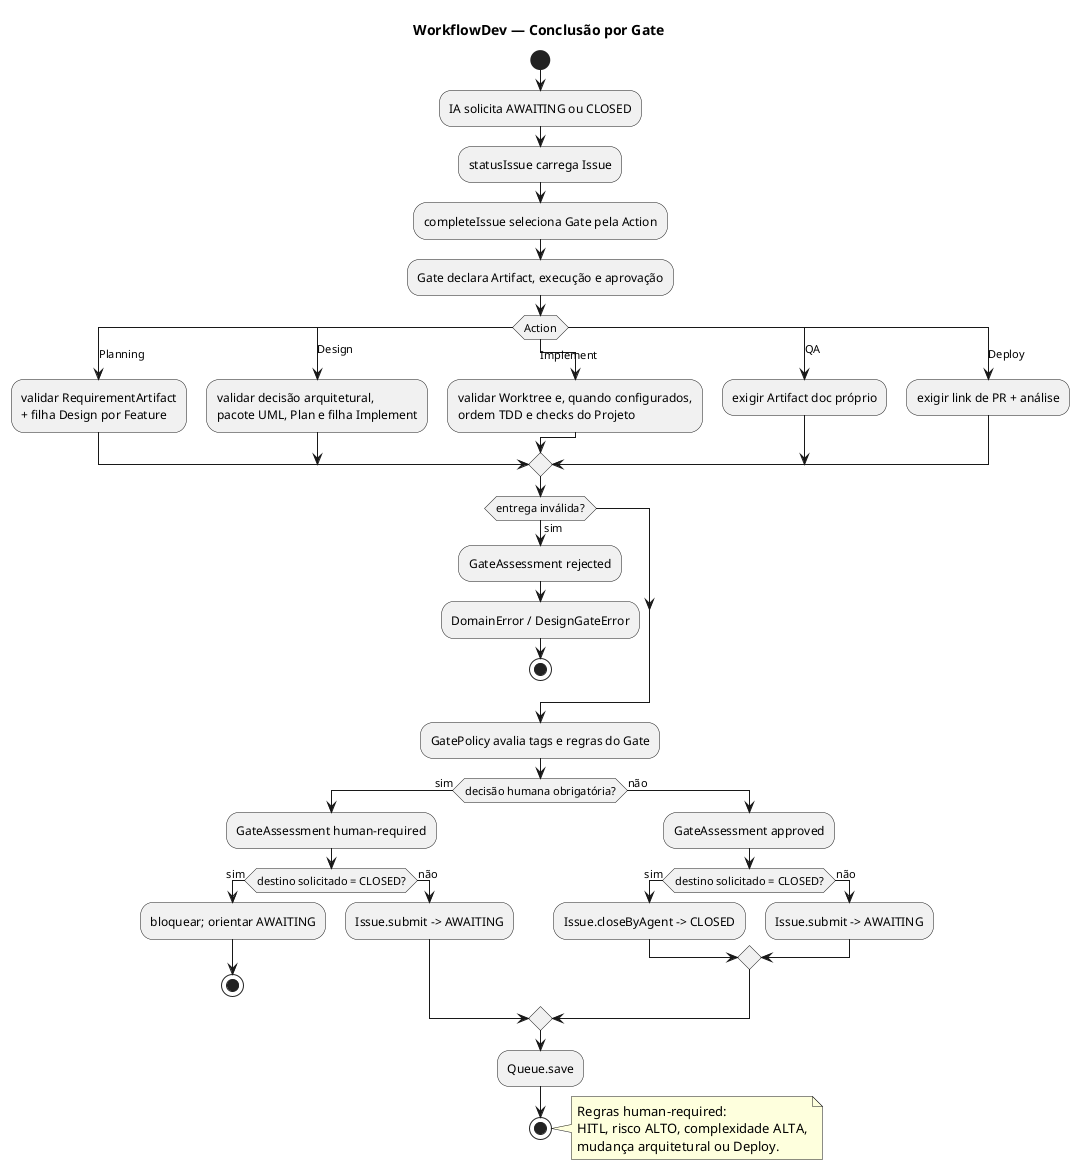
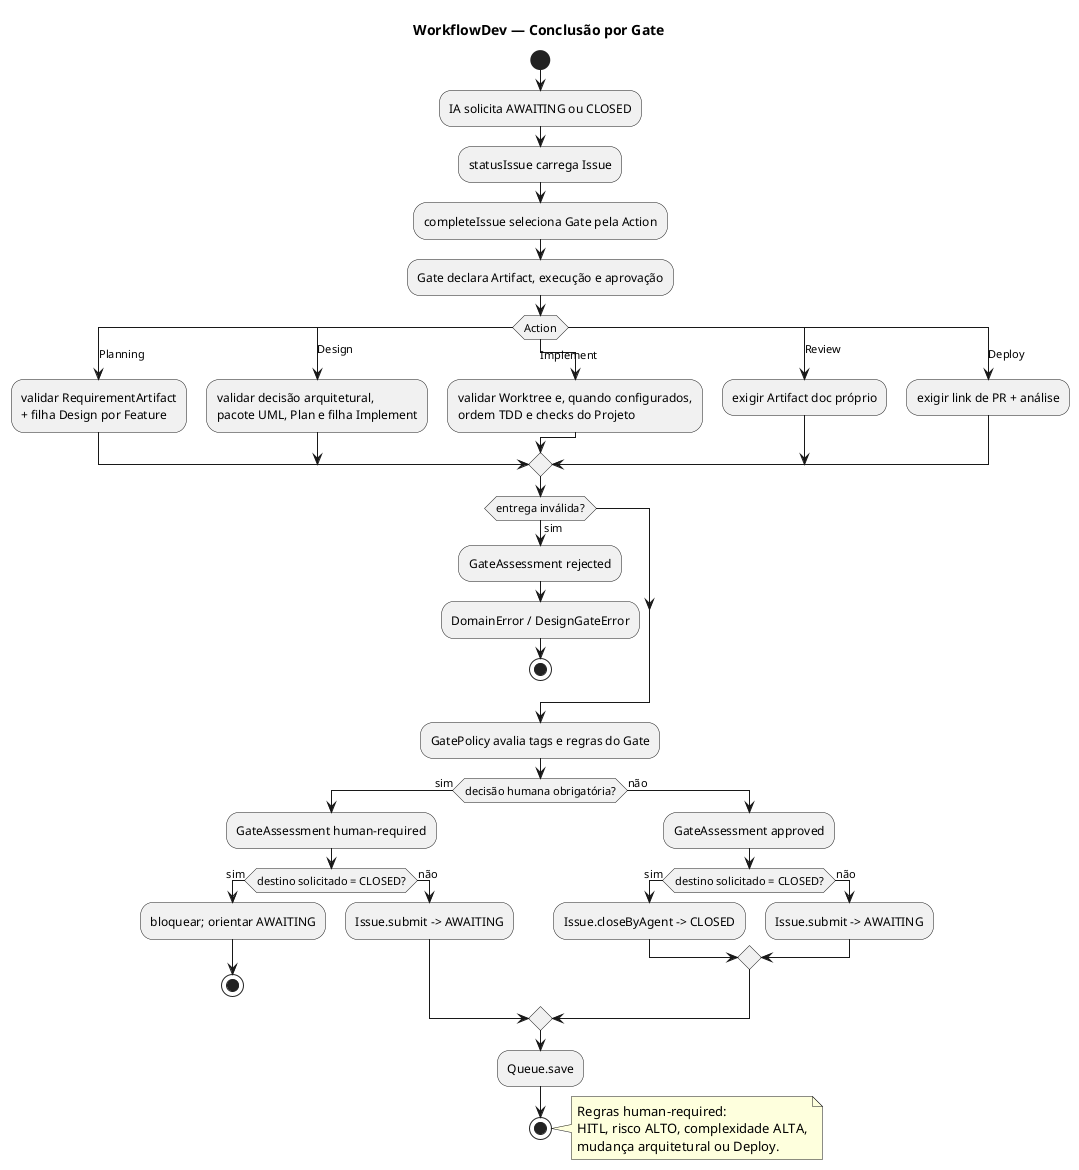
@startuml action-gates
title WorkflowDev — Conclusão por Gate

start
:IA solicita AWAITING ou CLOSED;
:statusIssue carrega Issue;
:completeIssue seleciona Gate pela Action;
:Gate declara Artifact, execução e aprovação;

switch (Action)
case (Planning)
  :validar RequirementArtifact
  + filha Design por Feature;
case (Design)
  :validar decisão arquitetural,
  pacote UML, Plan e filha Implement;
case (Implement)
  :validar Worktree e, quando configurados,
  ordem TDD e checks do Projeto;
- case (QA)
+ case (Review)
  :exigir Artifact doc próprio;
case (Deploy)
  :exigir link de PR + análise;
endswitch

if (entrega inválida?) then (sim)
  :GateAssessment rejected;
  :DomainError / DesignGateError;
  stop
endif

:GatePolicy avalia tags e regras do Gate;
if (decisão humana obrigatória?) then (sim)
  :GateAssessment human-required;
  if (destino solicitado = CLOSED?) then (sim)
    :bloquear; orientar AWAITING;
    stop
  else (não)
    :Issue.submit -> AWAITING;
  endif
else (não)
  :GateAssessment approved;
  if (destino solicitado = CLOSED?) then (sim)
    :Issue.closeByAgent -> CLOSED;
  else (não)
    :Issue.submit -> AWAITING;
  endif
endif

:Queue.save;
stop

note right
  Regras human-required:
  HITL, risco ALTO, complexidade ALTA,
  mudança arquitetural ou Deploy.
end note
@enduml
